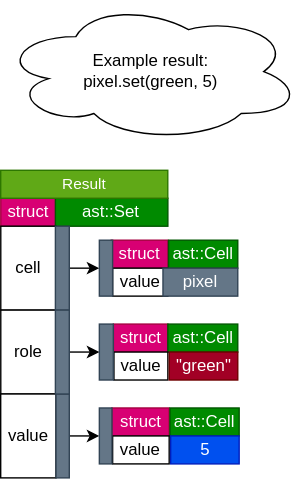
The draw.io diagram doc/diagrams/ResultExample.svg in hun-nemethpeter/InfoCell, before a commit. Source tidied: cells renumbered, new cells last; positions are measured from the earlier drawing's top-left corner, leaving out a move shared by most shapes.
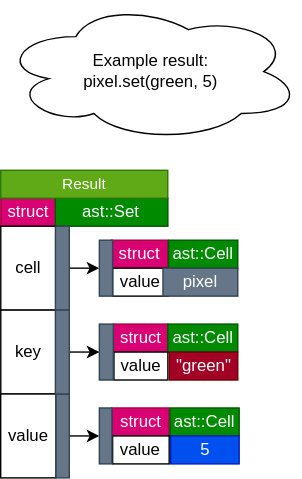
After the change.

The edit, as a diff of the source:
```diff
@@ -14,7 +14,7 @@
     <mxCell id="5" value="Result" style="rounded=0;whiteSpace=wrap;html=1;fontFamily=Helvetica;fontSize=11;fontColor=#ffffff;fillColor=#60a917;strokeColor=#2D7600;" parent="1" vertex="1">
       <mxGeometry y="121" width="119.5" height="20" as="geometry" />
     </mxCell>
-    <mxCell id="6" value="role" style="rounded=0;whiteSpace=wrap;html=1;" parent="1" vertex="1">
+    <mxCell id="6" value="key" style="rounded=0;whiteSpace=wrap;html=1;" parent="1" vertex="1">
       <mxGeometry x="0.1" y="221" width="39.5" height="60" as="geometry" />
     </mxCell>
     <mxCell id="7" value="value" style="rounded=0;whiteSpace=wrap;html=1;" parent="1" vertex="1">
```
